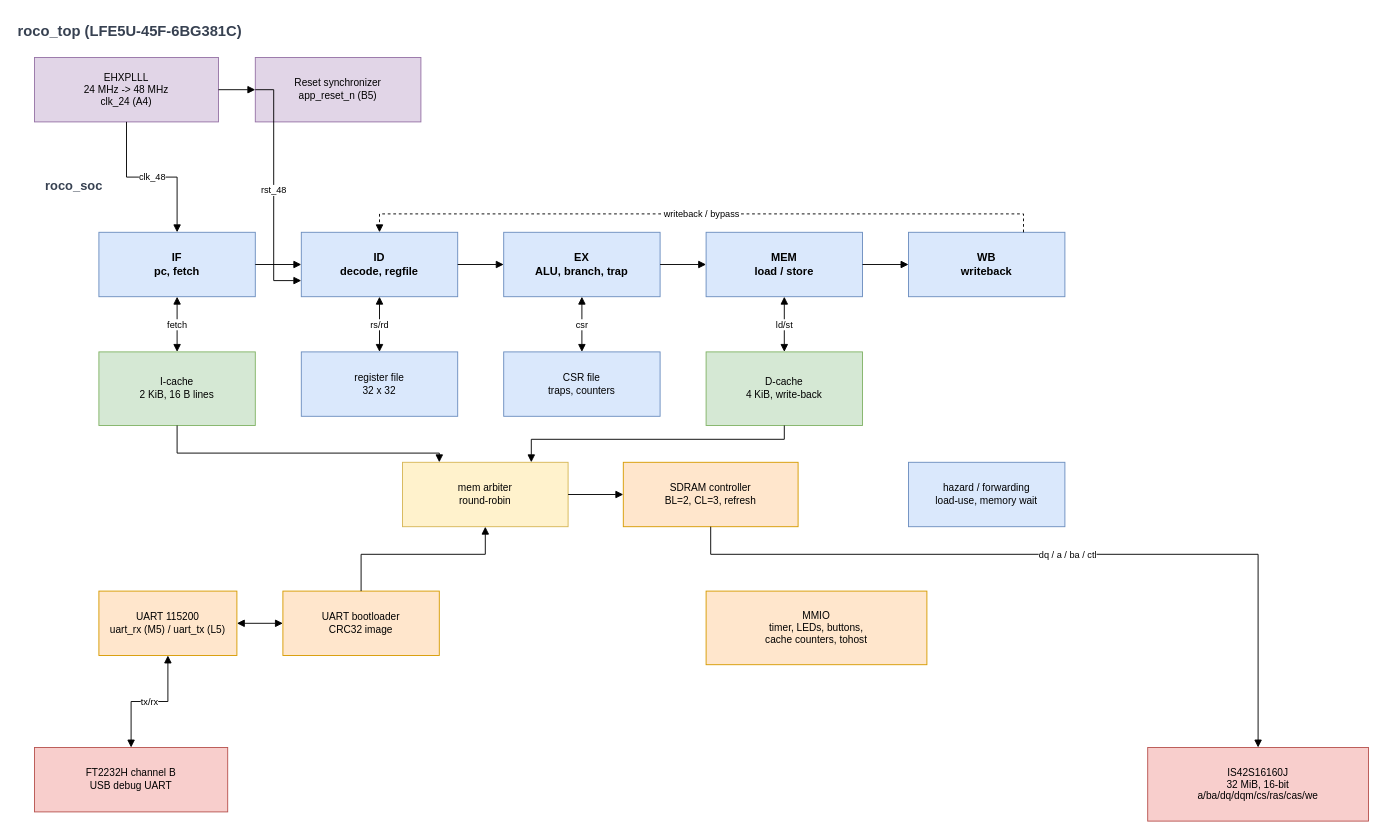
The draw.io diagram soc/docs/roco_cpu.drawio in ronakpjain/roco, before the edit. Source tidied: cells renumbered, new cells numbered last; positions are measured from the earlier drawing's top-left corner, leaving out a move shared by most shapes. Both pictures are drawn from the tidied source at 92%, with x=0, y=0 at pixel (16, 16).
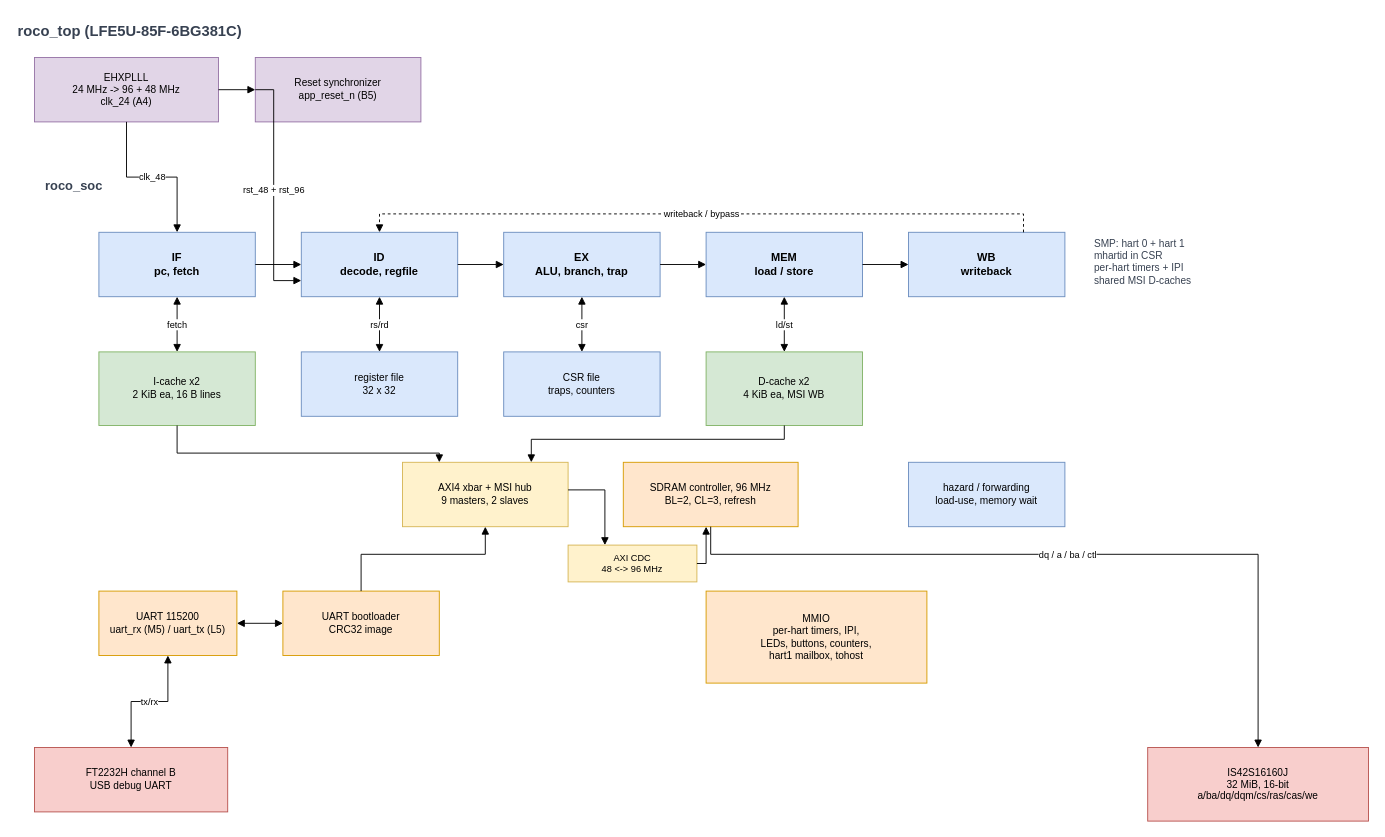
The same diagram, later.

Unchanged cells that the change refers to:
```xml
<mxCell id="5" value="Reset synchronizer&lt;br&gt;app_reset_n (B5)" style="rounded=0;whiteSpace=wrap;html=1;fillColor=#e1d5e7;strokeColor=#9673a6;fontSize=11;" parent="1" vertex="1">
  <mxGeometry x="260" y="45" width="180" height="70" as="geometry" />
</mxCell>
<mxCell id="7" value="ID&lt;br&gt;decode, regfile" style="rounded=0;whiteSpace=wrap;html=1;fillColor=#dae8fc;strokeColor=#6c8ebf;fontStyle=1;fontSize=12;" parent="1" vertex="1">
  <mxGeometry x="310" y="235" width="170" height="70" as="geometry" />
</mxCell>
```

The edit, as a diff of the source:
```diff
@@
-    <mxCell id="2" value="roco_top (LFE5U-45F-6BG381C)" style="text;html=1;fontStyle=1;fontSize=16;fontColor=#374151;align=left;" parent="1" vertex="1">
+    <mxCell id="2" value="roco_top (LFE5U-85F-6BG381C)" style="text;html=1;fontStyle=1;fontSize=16;fontColor=#374151;align=left;" parent="1" vertex="1">
       <mxGeometry width="320" height="30" as="geometry" />
     </mxCell>
@@
-    <mxCell id="4" value="EHXPLLL&lt;br&gt;24 MHz -&amp;gt; 48 MHz&lt;br&gt;clk_24 (A4)" style="rounded=0;whiteSpace=wrap;html=1;fillColor=#e1d5e7;strokeColor=#9673a6;fontSize=11;" parent="1" vertex="1">
+    <mxCell id="4" value="EHXPLLL&lt;br&gt;24 MHz -&amp;gt; 96 + 48 MHz&lt;br&gt;clk_24 (A4)" style="rounded=0;whiteSpace=wrap;html=1;fillColor=#e1d5e7;strokeColor=#9673a6;fontSize=11;" parent="1" vertex="1">
       <mxGeometry x="20" y="45" width="200" height="70" as="geometry" />
     </mxCell>
@@
-    <mxCell id="11" value="I-cache&lt;br&gt;2 KiB, 16 B lines" style="rounded=0;whiteSpace=wrap;html=1;fillColor=#d5e8d4;strokeColor=#82b366;fontSize=11;" parent="1" vertex="1">
+    <mxCell id="11" value="I-cache x2&lt;br&gt;2 KiB ea, 16 B lines" style="rounded=0;whiteSpace=wrap;html=1;fillColor=#d5e8d4;strokeColor=#82b366;fontSize=11;" parent="1" vertex="1">
       <mxGeometry x="90" y="365" width="170" height="80" as="geometry" />
     </mxCell>
@@
-    <mxCell id="14" value="D-cache&lt;br&gt;4 KiB, write-back" style="rounded=0;whiteSpace=wrap;html=1;fillColor=#d5e8d4;strokeColor=#82b366;fontSize=11;" parent="1" vertex="1">
+    <mxCell id="14" value="D-cache x2&lt;br&gt;4 KiB ea, MSI WB" style="rounded=0;whiteSpace=wrap;html=1;fillColor=#d5e8d4;strokeColor=#82b366;fontSize=11;" parent="1" vertex="1">
       <mxGeometry x="750" y="365" width="170" height="80" as="geometry" />
     </mxCell>
+    <mxCell id="42" value="AXI CDC&lt;br&gt;48 &lt;-&gt; 96 MHz" style="rounded=0;whiteSpace=wrap;html=1;fillColor=#fff2cc;strokeColor=#d6b656;fontSize=10;" parent="1" vertex="1">
+      <mxGeometry x="600" y="575" width="140" height="40" as="geometry" />
+    </mxCell>
@@
-    <mxCell id="16" value="mem arbiter&lt;br&gt;round-robin" style="rounded=0;whiteSpace=wrap;html=1;fillColor=#fff2cc;strokeColor=#d6b656;fontSize=11;" parent="1" vertex="1">
+    <mxCell id="16" value="AXI4 xbar + MSI hub&lt;br&gt;9 masters, 2 slaves" style="rounded=0;whiteSpace=wrap;html=1;fillColor=#fff2cc;strokeColor=#d6b656;fontSize=11;" parent="1" vertex="1">
       <mxGeometry x="420" y="485" width="180" height="70" as="geometry" />
     </mxCell>
-    <mxCell id="17" value="SDRAM controller&lt;br&gt;BL=2, CL=3, refresh" style="rounded=0;whiteSpace=wrap;html=1;fillColor=#ffe6cc;strokeColor=#d79b00;fontSize=11;" parent="1" vertex="1">
+    <mxCell id="17" value="SDRAM controller, 96 MHz&lt;br&gt;BL=2, CL=3, refresh" style="rounded=0;whiteSpace=wrap;html=1;fillColor=#ffe6cc;strokeColor=#d79b00;fontSize=11;" parent="1" vertex="1">
       <mxGeometry x="660" y="485" width="190" height="70" as="geometry" />
     </mxCell>
@@
-    <mxCell id="20" value="MMIO&lt;br&gt;timer, LEDs, buttons,&lt;br&gt;cache counters, tohost" style="rounded=0;whiteSpace=wrap;html=1;fillColor=#ffe6cc;strokeColor=#d79b00;fontSize=11;" parent="1" vertex="1">
-      <mxGeometry x="750" y="625" width="240" height="80" as="geometry" />
+    <mxCell id="20" value="MMIO&lt;br&gt;per-hart timers, IPI,&lt;br&gt;LEDs, buttons, counters,&lt;br&gt;hart1 mailbox, tohost" style="rounded=0;whiteSpace=wrap;html=1;fillColor=#ffe6cc;strokeColor=#d79b00;fontSize=11;" parent="1" vertex="1">
+      <mxGeometry x="750" y="625" width="240" height="100" as="geometry" />
     </mxCell>
+    <mxCell id="43" value="SMP: hart 0 + hart 1&lt;br&gt;mhartid in CSR&lt;br&gt;per-hart timers + IPI&lt;br&gt;shared MSI D-caches" style="text;html=1;align=left;fontSize=11;fontColor=#374151;" parent="1" vertex="1">
+      <mxGeometry x="1170" y="235" width="280" height="80" as="geometry" />
+    </mxCell>
@@
-    <mxCell id="25" value="rst_48" style="edgeStyle=orthogonalEdgeStyle;rounded=0;html=1;endArrow=block;endFill=1;fontSize=10;labelBackgroundColor=#ffffff;exitX=0;exitY=0.5;exitDx=0;exitDy=0;entryX=0;entryY=0.75;entryDx=0;entryDy=0;" parent="1" edge="1" source="5" target="7">
+    <mxCell id="25" value="rst_48 + rst_96" style="edgeStyle=orthogonalEdgeStyle;rounded=0;html=1;endArrow=block;endFill=1;fontSize=10;labelBackgroundColor=#ffffff;exitX=0;exitY=0.5;exitDx=0;exitDy=0;entryX=0;entryY=0.75;entryDx=0;entryDy=0;" parent="1" edge="1" source="5" target="7">
       <mxGeometry relative="1" as="geometry">
         <Array as="points">
           <mxPoint x="280" y="287" />
         </Array>
       </mxGeometry>
     </mxCell>
@@
-    <mxCell id="37" style="edgeStyle=orthogonalEdgeStyle;rounded=0;html=1;endArrow=block;endFill=1;" parent="1" edge="1" source="16" target="17">
-      <mxGeometry relative="1" as="geometry" />
-    </mxCell>
+    <mxCell id="44" style="edgeStyle=orthogonalEdgeStyle;rounded=0;html=1;endArrow=block;endFill=1;" parent="1" edge="1" source="16" target="42">
+      <mxGeometry relative="1" as="geometry">
+        <Array as="points">
+          <mxPoint x="640" y="515" />
+          <mxPoint x="640" y="575" />
+        </Array>
+      </mxGeometry>
+    </mxCell>
+    <mxCell id="45" style="edgeStyle=orthogonalEdgeStyle;rounded=0;html=1;endArrow=block;endFill=1;" parent="1" edge="1" source="42" target="17">
+      <mxGeometry relative="1" as="geometry">
+        <Array as="points">
+          <mxPoint x="750" y="595" />
+          <mxPoint x="750" y="555" />
+        </Array>
+      </mxGeometry>
+    </mxCell>
```
